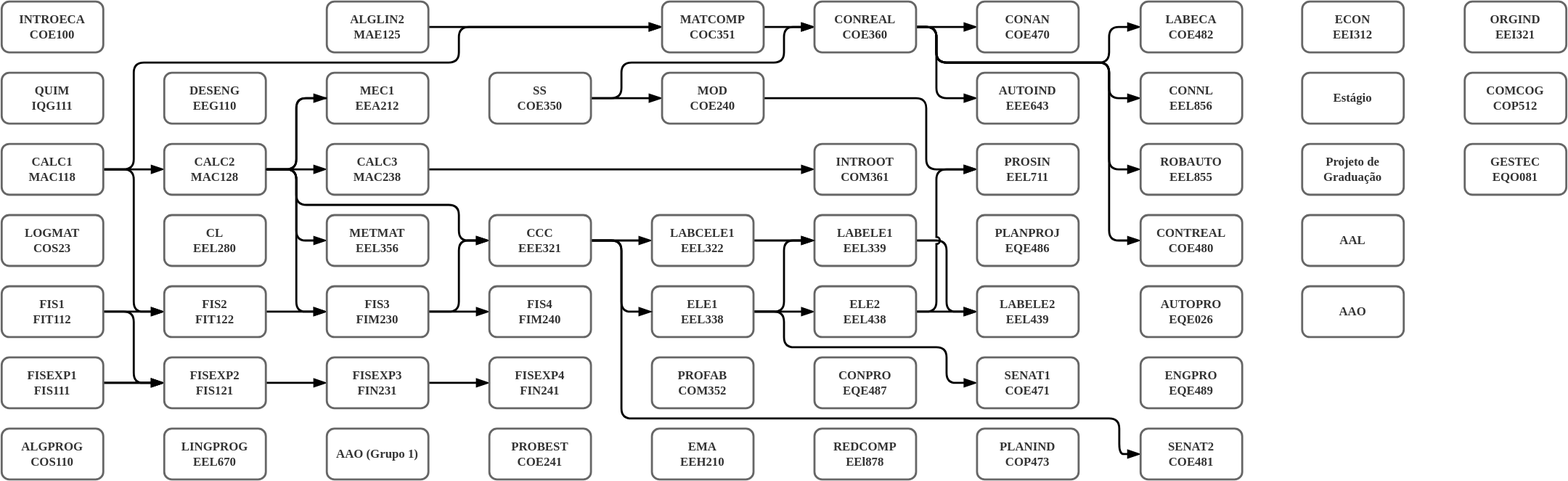
Earlier version of the draw.io export gradeca.drawio.svg (html-3/eca). Source tidied: cells renumbered, new cells last; positions are measured from the earlier drawing's top-left corner, leaving out a move shared by most shapes.
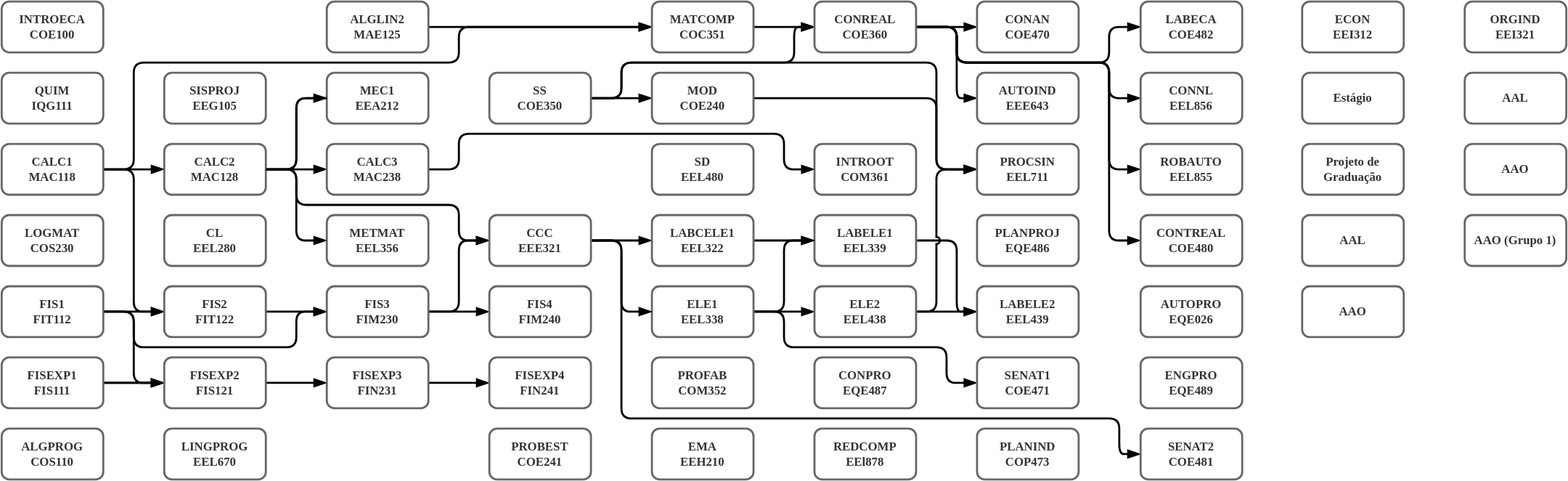
The same file after the commit.

Commit message:
🔧 Grade ECA corrigida

Diff of the diagram source:
```diff
@@ -40,6 +40,16 @@
     <mxCell id="8" style="edgeStyle=orthogonalEdgeStyle;rounded=1;jettySize=auto;html=1;entryX=0;entryY=0.5;entryDx=0;entryDy=0;endArrow=blockThin;endFill=1;startSize=0;endSize=8;strokeWidth=2;" parent="1" edge="1" source="9" target="24">
       <mxGeometry relative="1" as="geometry" />
     </mxCell>
+    <mxCell id="101" style="edgeStyle=orthogonalEdgeStyle;rounded=1;jettySize=auto;html=1;entryX=0;entryY=0.5;entryDx=0;entryDy=0;strokeWidth=2;endArrow=blockThin;endFill=1;endSize=8;startSize=0;" parent="1" edge="1" source="9" target="34">
+      <mxGeometry relative="1" as="geometry">
+        <Array as="points">
+          <mxPoint x="130" y="305" />
+          <mxPoint x="130" y="340" />
+          <mxPoint x="290" y="340" />
+          <mxPoint x="290" y="305" />
+        </Array>
+      </mxGeometry>
+    </mxCell>
     <mxCell id="9" value="&lt;b&gt;FIS1&lt;br&gt;FIT112&lt;br&gt;&lt;/b&gt;" style="rounded=1;whiteSpace=wrap;html=1;shadow=0;sketch=0;glass=0;strokeWidth=2;fillColor=default;fontColor=#333333;strokeColor=#666666;fontFamily=ubuntu;fontSource=https%3A%2F%2Ffonts.googleapis.com%2Fcss%3Ffamily%3Dubuntu;" parent="1" vertex="1">
       <mxGeometry y="280" width="100" height="50" as="geometry" />
     </mxCell>
@@ -69,10 +79,10 @@
     <mxCell id="16" value="&lt;b&gt;ALGLIN2&lt;br&gt;MAE125&lt;br&gt;&lt;/b&gt;" style="rounded=1;whiteSpace=wrap;html=1;shadow=0;sketch=0;glass=0;strokeWidth=2;fillColor=default;fontColor=#333333;strokeColor=#666666;fontFamily=ubuntu;fontSource=https%3A%2F%2Ffonts.googleapis.com%2Fcss%3Ffamily%3Dubuntu;" parent="1" vertex="1">
       <mxGeometry x="320" width="100" height="50" as="geometry" />
     </mxCell>
-    <mxCell id="17" value="&lt;b&gt;LOGMAT&lt;br&gt;COS23&lt;br&gt;&lt;/b&gt;" style="rounded=1;whiteSpace=wrap;html=1;shadow=0;sketch=0;glass=0;strokeWidth=2;fillColor=default;fontColor=#333333;strokeColor=#666666;fontFamily=ubuntu;fontSource=https%3A%2F%2Ffonts.googleapis.com%2Fcss%3Ffamily%3Dubuntu;" parent="1" vertex="1">
+    <mxCell id="17" value="&lt;b&gt;LOGMAT&lt;br&gt;COS230&lt;br&gt;&lt;/b&gt;" style="rounded=1;whiteSpace=wrap;html=1;shadow=0;sketch=0;glass=0;strokeWidth=2;fillColor=default;fontColor=#333333;strokeColor=#666666;fontFamily=ubuntu;fontSource=https%3A%2F%2Ffonts.googleapis.com%2Fcss%3Ffamily%3Dubuntu;" parent="1" vertex="1">
       <mxGeometry y="210" width="100" height="50" as="geometry" />
     </mxCell>
-    <mxCell id="18" value="&lt;b&gt;DESENG&lt;br&gt;EEG110&lt;br&gt;&lt;/b&gt;" style="rounded=1;whiteSpace=wrap;html=1;shadow=0;sketch=0;glass=0;strokeWidth=2;fillColor=default;fontColor=#333333;strokeColor=#666666;fontFamily=ubuntu;fontSource=https%3A%2F%2Ffonts.googleapis.com%2Fcss%3Ffamily%3Dubuntu;" parent="1" vertex="1">
+    <mxCell id="18" value="&lt;b&gt;SISPROJ&lt;br&gt;EEG105&lt;br&gt;&lt;/b&gt;" style="rounded=1;whiteSpace=wrap;html=1;shadow=0;sketch=0;glass=0;strokeWidth=2;fillColor=default;fontColor=#333333;strokeColor=#666666;fontFamily=ubuntu;fontSource=https%3A%2F%2Ffonts.googleapis.com%2Fcss%3Ffamily%3Dubuntu;" parent="1" vertex="1">
       <mxGeometry x="160" y="70" width="100" height="50" as="geometry" />
     </mxCell>
     <mxCell id="19" value="&lt;b&gt;CL&lt;br&gt;EEL280&lt;br&gt;&lt;/b&gt;" style="rounded=1;whiteSpace=wrap;html=1;shadow=0;sketch=0;glass=0;strokeWidth=2;fillColor=default;fontColor=#333333;strokeColor=#666666;fontFamily=ubuntu;fontSource=https%3A%2F%2Ffonts.googleapis.com%2Fcss%3Ffamily%3Dubuntu;" parent="1" vertex="1">
@@ -104,14 +114,6 @@
         </Array>
       </mxGeometry>
     </mxCell>
-    <mxCell id="27" style="edgeStyle=orthogonalEdgeStyle;rounded=1;jumpStyle=arc;jumpSize=5;jettySize=auto;html=1;entryX=0;entryY=0.5;entryDx=0;entryDy=0;endArrow=blockThin;endFill=1;startSize=0;endSize=8;strokeColor=default;strokeWidth=2;" parent="1" edge="1" source="30" target="34">
-      <mxGeometry relative="1" as="geometry">
-        <Array as="points">
-          <mxPoint x="290" y="165" />
-          <mxPoint x="290" y="305" />
-        </Array>
-      </mxGeometry>
-    </mxCell>
     <mxCell id="28" style="edgeStyle=orthogonalEdgeStyle;rounded=1;jettySize=auto;html=1;entryX=0;entryY=0.5;entryDx=0;entryDy=0;endArrow=blockThin;endFill=1;startSize=0;endSize=8;strokeWidth=2;" parent="1" edge="1" source="30" target="61">
       <mxGeometry relative="1" as="geometry">
         <Array as="points">
@@ -149,8 +151,10 @@
     <mxCell id="37" style="edgeStyle=orthogonalEdgeStyle;rounded=1;jumpStyle=arc;jumpSize=5;jettySize=auto;html=1;entryX=0;entryY=0.5;entryDx=0;entryDy=0;endArrow=blockThin;endFill=1;startSize=0;endSize=8;strokeColor=#000000;strokeWidth=2;exitX=1;exitY=0.5;exitDx=0;exitDy=0;" parent="1" edge="1" source="38" target="74">
       <mxGeometry relative="1" as="geometry">
         <Array as="points">
-          <mxPoint x="510" y="165" />
-          <mxPoint x="510" y="165" />
+          <mxPoint x="450" y="165" />
+          <mxPoint x="450" y="130" />
+          <mxPoint x="770" y="130" />
+          <mxPoint x="770" y="165" />
         </Array>
       </mxGeometry>
     </mxCell>
@@ -173,11 +177,21 @@
         <Array as="points">
           <mxPoint x="610" y="95" />
           <mxPoint x="610" y="60" />
-          <mxPoint x="770" y="60" />
-          <mxPoint x="770" y="25" />
+          <mxPoint x="780" y="60" />
+          <mxPoint x="780" y="25" />
         </Array>
       </mxGeometry>
     </mxCell>
+    <mxCell id="102" style="edgeStyle=orthogonalEdgeStyle;rounded=1;jettySize=auto;html=1;entryX=0;entryY=0.5;entryDx=0;entryDy=0;endArrow=blockThin;endFill=1;startSize=0;endSize=8;strokeWidth=2;" parent="1" edge="1" source="42" target="81">
+      <mxGeometry relative="1" as="geometry">
+        <Array as="points">
+          <mxPoint x="610" y="95" />
+          <mxPoint x="610" y="60" />
+          <mxPoint x="920" y="60" />
+          <mxPoint x="920" y="165" />
+        </Array>
+      </mxGeometry>
+    </mxCell>
     <mxCell id="42" value="&lt;b&gt;SS&lt;br&gt;COE350&lt;br&gt;&lt;/b&gt;" style="rounded=1;whiteSpace=wrap;html=1;shadow=0;sketch=0;glass=0;strokeWidth=2;fillColor=default;fontColor=#333333;strokeColor=#666666;fontFamily=ubuntu;fontSource=https%3A%2F%2Ffonts.googleapis.com%2Fcss%3Ffamily%3Dubuntu;" parent="1" vertex="1">
       <mxGeometry x="480" y="70" width="100" height="50" as="geometry" />
     </mxCell>
@@ -196,18 +210,18 @@
       </mxGeometry>
     </mxCell>
     <mxCell id="46" value="&lt;b&gt;MATCOMP&lt;br&gt;COC351&lt;br&gt;&lt;/b&gt;" style="rounded=1;whiteSpace=wrap;html=1;shadow=0;sketch=0;glass=0;strokeWidth=2;fillColor=default;fontColor=#333333;strokeColor=#666666;fontFamily=ubuntu;fontSource=https%3A%2F%2Ffonts.googleapis.com%2Fcss%3Ffamily%3Dubuntu;" parent="1" vertex="1">
-      <mxGeometry x="650" width="100" height="50" as="geometry" />
+      <mxGeometry x="640" width="100" height="50" as="geometry" />
     </mxCell>
-    <mxCell id="47" style="edgeStyle=orthogonalEdgeStyle;rounded=1;jumpStyle=arc;jumpSize=5;jettySize=auto;html=1;entryX=0;entryY=0.5;entryDx=0;entryDy=0;endArrow=blockThin;endFill=1;startSize=0;endSize=8;strokeColor=#000000;strokeWidth=2;" parent="1" edge="1" source="48" target="81">
+    <mxCell id="47" style="edgeStyle=orthogonalEdgeStyle;rounded=1;jumpStyle=arc;jumpSize=5;jettySize=auto;html=1;entryX=0;entryY=0.5;entryDx=0;entryDy=0;endArrow=blockThin;endFill=1;startSize=0;endSize=8;strokeColor=#000000;strokeWidth=2;exitX=1;exitY=0.5;exitDx=0;exitDy=0;" parent="1" edge="1" source="48" target="81">
       <mxGeometry relative="1" as="geometry">
         <Array as="points">
-          <mxPoint x="910" y="95" />
-          <mxPoint x="910" y="165" />
+          <mxPoint x="920" y="95" />
+          <mxPoint x="920" y="165" />
         </Array>
       </mxGeometry>
     </mxCell>
     <mxCell id="48" value="&lt;b&gt;MOD&lt;br&gt;COE240&lt;br&gt;&lt;/b&gt;" style="rounded=1;whiteSpace=wrap;html=1;shadow=0;sketch=0;glass=0;strokeWidth=2;fillColor=default;fontColor=#333333;strokeColor=#666666;fontFamily=ubuntu;fontSource=https%3A%2F%2Ffonts.googleapis.com%2Fcss%3Ffamily%3Dubuntu;" parent="1" vertex="1">
-      <mxGeometry x="650" y="70" width="100" height="50" as="geometry" />
+      <mxGeometry x="640" y="70" width="100" height="50" as="geometry" />
     </mxCell>
     <mxCell id="49" value="&lt;b&gt;PROFAB&lt;br&gt;COM352&lt;br&gt;&lt;/b&gt;" style="rounded=1;whiteSpace=wrap;html=1;shadow=0;sketch=0;glass=0;strokeWidth=2;fillColor=default;fontColor=#333333;strokeColor=#666666;fontFamily=ubuntu;fontSource=https%3A%2F%2Ffonts.googleapis.com%2Fcss%3Ffamily%3Dubuntu;" parent="1" vertex="1">
       <mxGeometry x="640" y="350" width="100" height="50" as="geometry" />
@@ -247,8 +261,8 @@
     <mxCell id="55" style="edgeStyle=orthogonalEdgeStyle;rounded=1;jumpStyle=arc;jumpSize=5;jettySize=auto;html=1;endArrow=blockThin;endFill=1;startSize=0;endSize=8;strokeColor=#000000;strokeWidth=2;" parent="1" edge="1" source="56" target="80">
       <mxGeometry relative="1" as="geometry">
         <Array as="points">
-          <mxPoint x="930" y="235" />
-          <mxPoint x="930" y="305" />
+          <mxPoint x="940" y="235" />
+          <mxPoint x="940" y="305" />
         </Array>
       </mxGeometry>
     </mxCell>
@@ -256,7 +270,7 @@
       <mxGeometry x="800" y="210" width="100" height="50" as="geometry" />
     </mxCell>
     <mxCell id="57" value="&lt;b&gt;AAO (Grupo 1)&lt;br&gt;&lt;/b&gt;" style="rounded=1;whiteSpace=wrap;html=1;shadow=0;sketch=0;glass=0;strokeWidth=2;fillColor=default;fontColor=#333333;strokeColor=#666666;fontFamily=ubuntu;fontSource=https%3A%2F%2Ffonts.googleapis.com%2Fcss%3Ffamily%3Dubuntu;" parent="1" vertex="1">
-      <mxGeometry x="320" y="420" width="100" height="50" as="geometry" />
+      <mxGeometry x="1440" y="210" width="100" height="50" as="geometry" />
     </mxCell>
     <mxCell id="58" style="edgeStyle=orthogonalEdgeStyle;rounded=1;jumpStyle=arc;jumpSize=5;jettySize=auto;html=1;entryX=0;entryY=0.5;entryDx=0;entryDy=0;endArrow=blockThin;endFill=1;startSize=0;endSize=8;strokeColor=#000000;strokeWidth=2;" parent="1" edge="1" source="61" target="54">
       <mxGeometry relative="1" as="geometry">
@@ -323,8 +337,8 @@
     <mxCell id="68" style="edgeStyle=orthogonalEdgeStyle;rounded=1;jumpStyle=arc;jumpSize=5;jettySize=auto;html=1;entryX=0;entryY=0.5;entryDx=0;entryDy=0;endArrow=blockThin;endFill=1;startSize=0;endSize=8;strokeColor=#000000;strokeWidth=2;" parent="1" edge="1" source="73" target="84">
       <mxGeometry relative="1" as="geometry">
         <Array as="points">
-          <mxPoint x="920" y="25" />
-          <mxPoint x="920" y="60" />
+          <mxPoint x="940" y="25" />
+          <mxPoint x="940" y="60" />
           <mxPoint x="1090" y="60" />
           <mxPoint x="1090" y="235" />
         </Array>
@@ -333,8 +347,8 @@
     <mxCell id="69" style="edgeStyle=orthogonalEdgeStyle;rounded=1;jumpStyle=arc;jumpSize=5;jettySize=auto;html=1;entryX=0;entryY=0.5;entryDx=0;entryDy=0;endArrow=blockThin;endFill=1;startSize=0;endSize=8;strokeColor=#000000;strokeWidth=2;" parent="1" edge="1" source="73" target="86">
       <mxGeometry relative="1" as="geometry">
         <Array as="points">
-          <mxPoint x="920" y="25" />
-          <mxPoint x="920" y="60" />
+          <mxPoint x="940" y="25" />
+          <mxPoint x="940" y="60" />
           <mxPoint x="1090" y="60" />
           <mxPoint x="1090" y="25" />
         </Array>
@@ -343,8 +357,8 @@
     <mxCell id="70" style="edgeStyle=orthogonalEdgeStyle;rounded=1;jumpStyle=arc;jumpSize=5;jettySize=auto;html=1;entryX=0;entryY=0.5;entryDx=0;entryDy=0;endArrow=blockThin;endFill=1;startSize=0;endSize=8;strokeColor=#000000;strokeWidth=2;" parent="1" edge="1" source="73" target="87">
       <mxGeometry relative="1" as="geometry">
         <Array as="points">
-          <mxPoint x="920" y="25" />
-          <mxPoint x="920" y="60" />
+          <mxPoint x="940" y="25" />
+          <mxPoint x="940" y="60" />
           <mxPoint x="1090" y="60" />
           <mxPoint x="1090" y="165" />
         </Array>
@@ -353,8 +367,8 @@
     <mxCell id="71" style="edgeStyle=orthogonalEdgeStyle;rounded=1;jumpStyle=arc;jumpSize=5;jettySize=auto;html=1;entryX=0;entryY=0.5;entryDx=0;entryDy=0;endArrow=blockThin;endFill=1;startSize=0;endSize=8;strokeColor=#000000;strokeWidth=2;" parent="1" edge="1" source="73" target="88">
       <mxGeometry relative="1" as="geometry">
         <Array as="points">
-          <mxPoint x="920" y="25" />
-          <mxPoint x="920" y="60" />
+          <mxPoint x="940" y="25" />
+          <mxPoint x="940" y="60" />
           <mxPoint x="1090" y="60" />
           <mxPoint x="1090" y="95" />
         </Array>
@@ -363,8 +377,8 @@
     <mxCell id="72" style="edgeStyle=orthogonalEdgeStyle;rounded=1;jettySize=auto;html=1;entryX=0;entryY=0.5;entryDx=0;entryDy=0;endArrow=blockThin;endFill=1;startSize=0;endSize=8;strokeWidth=2;" parent="1" edge="1" source="73" target="82">
       <mxGeometry relative="1" as="geometry">
         <Array as="points">
-          <mxPoint x="920" y="25" />
-          <mxPoint x="920" y="95" />
+          <mxPoint x="940" y="25" />
+          <mxPoint x="940" y="95" />
         </Array>
       </mxGeometry>
     </mxCell>
@@ -392,7 +406,7 @@
     <mxCell id="80" value="&lt;b&gt;LABELE2&lt;br&gt;EEL439&lt;br&gt;&lt;/b&gt;" style="rounded=1;whiteSpace=wrap;html=1;shadow=0;sketch=0;glass=0;strokeWidth=2;fillColor=default;fontColor=#333333;strokeColor=#666666;fontFamily=ubuntu;fontSource=https%3A%2F%2Ffonts.googleapis.com%2Fcss%3Ffamily%3Dubuntu;" parent="1" vertex="1">
       <mxGeometry x="960" y="280" width="100" height="50" as="geometry" />
     </mxCell>
-    <mxCell id="81" value="&lt;b&gt;PROSIN&lt;br&gt;EEL711&lt;br&gt;&lt;/b&gt;" style="rounded=1;whiteSpace=wrap;html=1;shadow=0;sketch=0;glass=0;strokeWidth=2;fillColor=default;fontColor=#333333;strokeColor=#666666;fontFamily=ubuntu;fontSource=https%3A%2F%2Ffonts.googleapis.com%2Fcss%3Ffamily%3Dubuntu;" parent="1" vertex="1">
+    <mxCell id="81" value="&lt;b&gt;PROCSIN&lt;br&gt;EEL711&lt;br&gt;&lt;/b&gt;" style="rounded=1;whiteSpace=wrap;html=1;shadow=0;sketch=0;glass=0;strokeWidth=2;fillColor=default;fontColor=#333333;strokeColor=#666666;fontFamily=ubuntu;fontSource=https%3A%2F%2Ffonts.googleapis.com%2Fcss%3Ffamily%3Dubuntu;" parent="1" vertex="1">
       <mxGeometry x="960" y="140" width="100" height="50" as="geometry" />
     </mxCell>
     <mxCell id="82" value="&lt;b&gt;AUTOIND&lt;br&gt;EEE643&lt;br&gt;&lt;/b&gt;" style="rounded=1;whiteSpace=wrap;html=1;shadow=0;sketch=0;glass=0;strokeWidth=2;fillColor=default;fontColor=#333333;strokeColor=#666666;fontFamily=ubuntu;fontSource=https%3A%2F%2Ffonts.googleapis.com%2Fcss%3Ffamily%3Dubuntu;" parent="1" vertex="1">
@@ -432,20 +446,14 @@
       <mxGeometry x="1280" y="140" width="100" height="50" as="geometry" />
     </mxCell>
     <mxCell id="94" value="&lt;b&gt;AAL&lt;br&gt;&lt;/b&gt;" style="rounded=1;whiteSpace=wrap;html=1;shadow=0;sketch=0;glass=0;strokeWidth=2;fillColor=default;fontColor=#333333;strokeColor=#666666;fontFamily=ubuntu;fontSource=https%3A%2F%2Ffonts.googleapis.com%2Fcss%3Ffamily%3Dubuntu;" parent="1" vertex="1">
-      <mxGeometry x="1280" y="210" width="100" height="50" as="geometry" />
+      <mxGeometry x="1440" y="70" width="100" height="50" as="geometry" />
     </mxCell>
     <mxCell id="95" value="&lt;b&gt;AAO&lt;br&gt;&lt;/b&gt;" style="rounded=1;whiteSpace=wrap;html=1;shadow=0;sketch=0;glass=0;strokeWidth=2;fillColor=default;fontColor=#333333;strokeColor=#666666;fontFamily=ubuntu;fontSource=https%3A%2F%2Ffonts.googleapis.com%2Fcss%3Ffamily%3Dubuntu;" parent="1" vertex="1">
-      <mxGeometry x="1280" y="280" width="100" height="50" as="geometry" />
+      <mxGeometry x="1440" y="140" width="100" height="50" as="geometry" />
     </mxCell>
     <mxCell id="96" value="&lt;b&gt;ORGIND&lt;br&gt;EEI321&lt;br&gt;&lt;/b&gt;" style="rounded=1;whiteSpace=wrap;html=1;shadow=0;sketch=0;glass=0;strokeWidth=2;fillColor=default;fontColor=#333333;strokeColor=#666666;fontFamily=ubuntu;fontSource=https%3A%2F%2Ffonts.googleapis.com%2Fcss%3Ffamily%3Dubuntu;" parent="1" vertex="1">
       <mxGeometry x="1440" width="100" height="50" as="geometry" />
     </mxCell>
-    <mxCell id="97" value="&lt;b&gt;COMCOG&lt;br&gt;COP512&lt;br&gt;&lt;/b&gt;" style="rounded=1;whiteSpace=wrap;html=1;shadow=0;sketch=0;glass=0;strokeWidth=2;fillColor=default;fontColor=#333333;strokeColor=#666666;fontFamily=ubuntu;fontSource=https%3A%2F%2Ffonts.googleapis.com%2Fcss%3Ffamily%3Dubuntu;" parent="1" vertex="1">
-      <mxGeometry x="1440" y="70" width="100" height="50" as="geometry" />
-    </mxCell>
-    <mxCell id="98" value="&lt;b&gt;GESTEC&lt;br&gt;EQO081&lt;br&gt;&lt;/b&gt;" style="rounded=1;whiteSpace=wrap;html=1;shadow=0;sketch=0;glass=0;strokeWidth=2;fillColor=default;fontColor=#333333;strokeColor=#666666;fontFamily=ubuntu;fontSource=https%3A%2F%2Ffonts.googleapis.com%2Fcss%3Ffamily%3Dubuntu;" parent="1" vertex="1">
-      <mxGeometry x="1440" y="140" width="100" height="50" as="geometry" />
-    </mxCell>
     <mxCell id="99" value="&lt;b&gt;MEC1&lt;br&gt;EEA212&lt;br&gt;&lt;/b&gt;" style="rounded=1;whiteSpace=wrap;html=1;shadow=0;sketch=0;glass=0;strokeWidth=2;fillColor=default;fontColor=#333333;strokeColor=#666666;fontFamily=ubuntu;fontSource=https%3A%2F%2Ffonts.googleapis.com%2Fcss%3Ffamily%3Dubuntu;" parent="1" vertex="1">
       <mxGeometry x="320" y="70" width="100" height="50" as="geometry" />
     </mxCell>
@@ -456,5 +464,14 @@
         </Array>
       </mxGeometry>
     </mxCell>
+    <mxCell id="103" value="&lt;b&gt;SD&lt;br&gt;EEL480&lt;br&gt;&lt;/b&gt;" style="rounded=1;whiteSpace=wrap;html=1;shadow=0;sketch=0;glass=0;strokeWidth=2;fillColor=default;fontColor=#333333;strokeColor=#666666;fontFamily=ubuntu;fontSource=https%3A%2F%2Ffonts.googleapis.com%2Fcss%3Ffamily%3Dubuntu;" parent="1" vertex="1">
+      <mxGeometry x="640" y="140" width="100" height="50" as="geometry" />
+    </mxCell>
+    <mxCell id="104" value="&lt;b&gt;AAL&lt;br&gt;&lt;/b&gt;" style="rounded=1;whiteSpace=wrap;html=1;shadow=0;sketch=0;glass=0;strokeWidth=2;fillColor=default;fontColor=#333333;strokeColor=#666666;fontFamily=ubuntu;fontSource=https%3A%2F%2Ffonts.googleapis.com%2Fcss%3Ffamily%3Dubuntu;" parent="1" vertex="1">
+      <mxGeometry x="1280" y="210" width="100" height="50" as="geometry" />
+    </mxCell>
+    <mxCell id="105" value="&lt;b&gt;AAO&lt;br&gt;&lt;/b&gt;" style="rounded=1;whiteSpace=wrap;html=1;shadow=0;sketch=0;glass=0;strokeWidth=2;fillColor=default;fontColor=#333333;strokeColor=#666666;fontFamily=ubuntu;fontSource=https%3A%2F%2Ffonts.googleapis.com%2Fcss%3Ffamily%3Dubuntu;" parent="1" vertex="1">
+      <mxGeometry x="1280" y="280" width="100" height="50" as="geometry" />
+    </mxCell>
   </root>
 </mxGraphModel>
```
